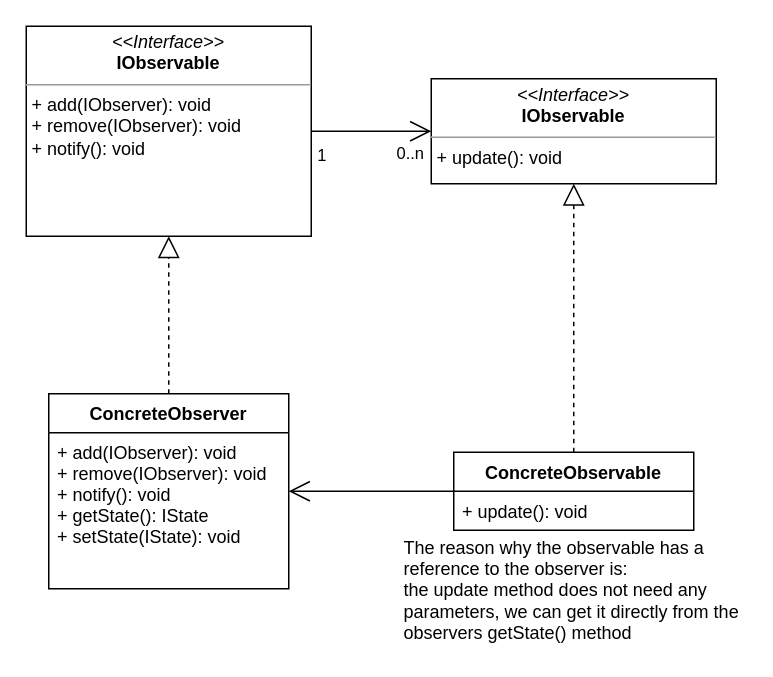
Before: 02_Observer/Observer.drawio.xml in matobeno1/Patterns, a draw.io diagram. Source tidied: cells renumbered, new cells numbered last; positions are measured from the earlier drawing's top-left corner, leaving out a move shared by most shapes. Both pictures are drawn from the tidied source at 150%, with x=0, y=0 at pixel (26, 26).
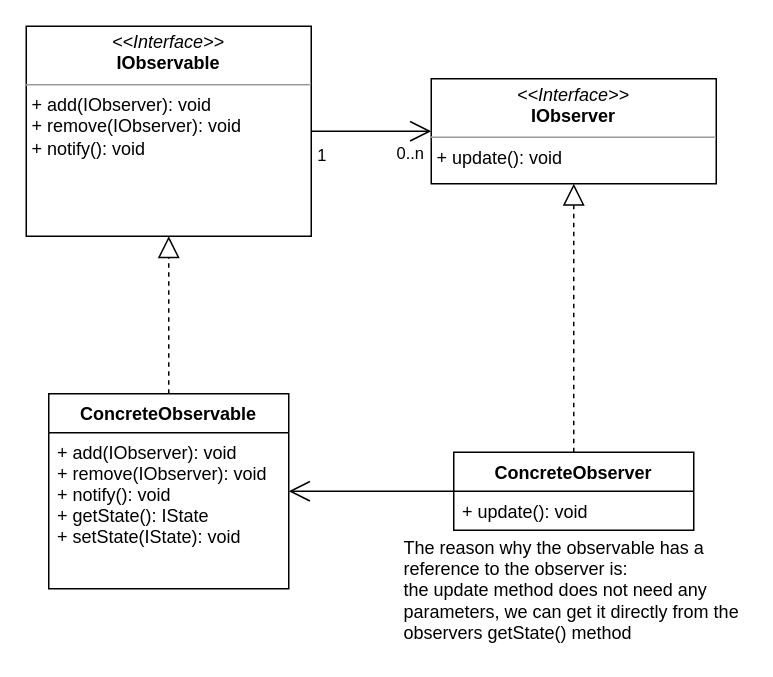
The same diagram, later.

Commit message (it also covers changes not shown here):
Implementing observer pattern in TS

What changed in the source:
```diff
@@
 <mxGraphModel>
   <root>
     <mxCell id="0" />
     <mxCell id="1" parent="0" />
     <mxCell id="2" value="0..n" style="endArrow=open;endFill=1;endSize=12;html=1;" parent="1" edge="1" source="4" target="11">
       <mxGeometry x="0.64" y="-15" relative="1" as="geometry" />
     </mxCell>
     <mxCell id="3" value="1" style="edgeLabel;html=1;align=center;verticalAlign=middle;" parent="2" vertex="1">
       <mxGeometry x="-0.84" relative="1" as="geometry">
         <mxPoint y="15" as="offset" />
       </mxGeometry>
     </mxCell>
     <mxCell id="4" value="&lt;p style=&quot;margin: 0px ; margin-top: 4px ; text-align: center&quot;&gt;&lt;i&gt;&amp;lt;&amp;lt;Interface&amp;gt;&amp;gt;&lt;/i&gt;&lt;br&gt;&lt;b&gt;IObservable&lt;/b&gt;&lt;/p&gt;&lt;hr size=&quot;1&quot;&gt;&lt;p style=&quot;margin: 0px ; margin-left: 4px&quot;&gt;+ add(IObserver): void&lt;br&gt;+ remove(IObserver): void&lt;/p&gt;&lt;p style=&quot;margin: 0px ; margin-left: 4px&quot;&gt;+ notify(): void&lt;/p&gt;" style="verticalAlign=top;align=left;overflow=fill;fontSize=12;fontFamily=Helvetica;html=1;" parent="1" vertex="1">
       <mxGeometry width="190" height="140" as="geometry" />
     </mxCell>
     <mxCell id="5" style="endArrow=block;dashed=1;endFill=0;endSize=12;html=1;" parent="1" edge="1" source="6" target="4">
       <mxGeometry relative="1" as="geometry" />
     </mxCell>
-    <mxCell id="6" value="ConcreteObserver" style="swimlane;fontStyle=1;align=center;verticalAlign=top;horizontal=1;startSize=26;" parent="1" vertex="1">
+    <mxCell id="6" value="ConcreteObservable" style="swimlane;fontStyle=1;align=center;verticalAlign=top;horizontal=1;startSize=26;" parent="1" vertex="1">
       <mxGeometry x="15" y="245" width="160" height="130" as="geometry" />
     </mxCell>
     <mxCell id="7" value="+ add(IObserver): void&#10;+ remove(IObserver): void&#10;+ notify(): void&#10;+ getState(): IState&#10;+ setState(IState): void" style="text;strokeColor=none;fillColor=none;align=left;verticalAlign=top;spacingLeft=4;spacingRight=4;overflow=hidden;" parent="6" vertex="1">
       <mxGeometry y="26" width="160" height="104" as="geometry" />
     </mxCell>
-    <mxCell id="8" value="ConcreteObservable" style="swimlane;fontStyle=1;align=center;verticalAlign=top;horizontal=1;startSize=26;" parent="1" vertex="1">
+    <mxCell id="8" value="ConcreteObserver" style="swimlane;fontStyle=1;align=center;verticalAlign=top;horizontal=1;startSize=26;" parent="1" vertex="1">
       <mxGeometry x="285" y="284" width="160" height="52" as="geometry" />
     </mxCell>
     <mxCell id="9" value="+ update(): void" style="text;strokeColor=none;fillColor=none;align=left;verticalAlign=top;spacingLeft=4;spacingRight=4;overflow=hidden;" parent="8" vertex="1">
       <mxGeometry y="26" width="160" height="26" as="geometry" />
     </mxCell>
     <mxCell id="10" style="endArrow=block;dashed=1;endFill=0;endSize=12;html=1;" parent="1" edge="1" source="8" target="11">
       <mxGeometry relative="1" as="geometry" />
     </mxCell>
-    <mxCell id="11" value="&lt;p style=&quot;margin: 0px ; margin-top: 4px ; text-align: center&quot;&gt;&lt;i&gt;&amp;lt;&amp;lt;Interface&amp;gt;&amp;gt;&lt;/i&gt;&lt;br&gt;&lt;b&gt;IObservable&lt;/b&gt;&lt;/p&gt;&lt;hr size=&quot;1&quot;&gt;&lt;p style=&quot;margin: 0px ; margin-left: 4px&quot;&gt;+ update(): void&lt;br&gt;&lt;/p&gt;" style="verticalAlign=top;align=left;overflow=fill;fontSize=12;fontFamily=Helvetica;html=1;" parent="1" vertex="1">
+    <mxCell id="11" value="&lt;p style=&quot;margin: 0px ; margin-top: 4px ; text-align: center&quot;&gt;&lt;i&gt;&amp;lt;&amp;lt;Interface&amp;gt;&amp;gt;&lt;/i&gt;&lt;br&gt;&lt;b&gt;IObserver&lt;/b&gt;&lt;/p&gt;&lt;hr size=&quot;1&quot;&gt;&lt;p style=&quot;margin: 0px ; margin-left: 4px&quot;&gt;+ update(): void&lt;br&gt;&lt;/p&gt;" style="verticalAlign=top;align=left;overflow=fill;fontSize=12;fontFamily=Helvetica;html=1;" parent="1" vertex="1">
       <mxGeometry x="270" y="35" width="190" height="70" as="geometry" />
     </mxCell>
     <mxCell id="12" style="endArrow=open;endFill=1;endSize=12;html=1;" parent="1" edge="1" source="8" target="6">
       <mxGeometry relative="1" as="geometry" />
     </mxCell>
     <mxCell id="13" value="The reason why the observable has a reference to the observer is:&lt;br&gt;the update method does not need any parameters, we can get it directly from the observers getState() method" style="text;html=1;strokeColor=none;fillColor=none;align=left;verticalAlign=middle;whiteSpace=wrap;rounded=0;" parent="1" vertex="1">
       <mxGeometry x="250" y="336" width="230" height="80" as="geometry" />
     </mxCell>
   </root>
 </mxGraphModel>
```
